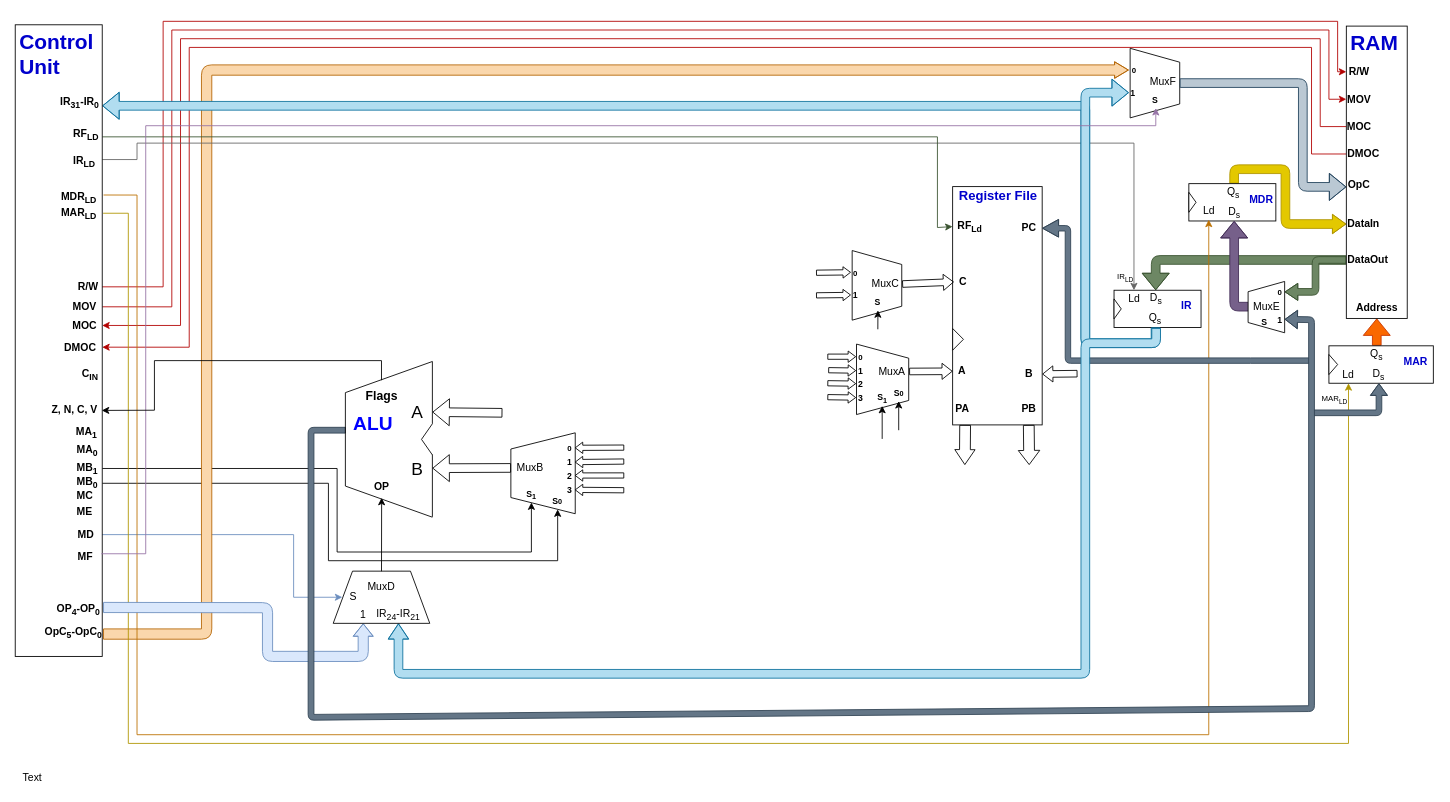
Above: MIPS CPU Diagram.drawio in TheParodicts/MIPS_CPU_Diagram (draw.io), before the change. Source tidied: cells renumbered, new cells numbered last; positions are measured from the earlier drawing's top-left corner, leaving out a move shared by most shapes. Both pictures are drawn from the tidied source at 87%, with x=0, y=0 at pixel (15, 21).
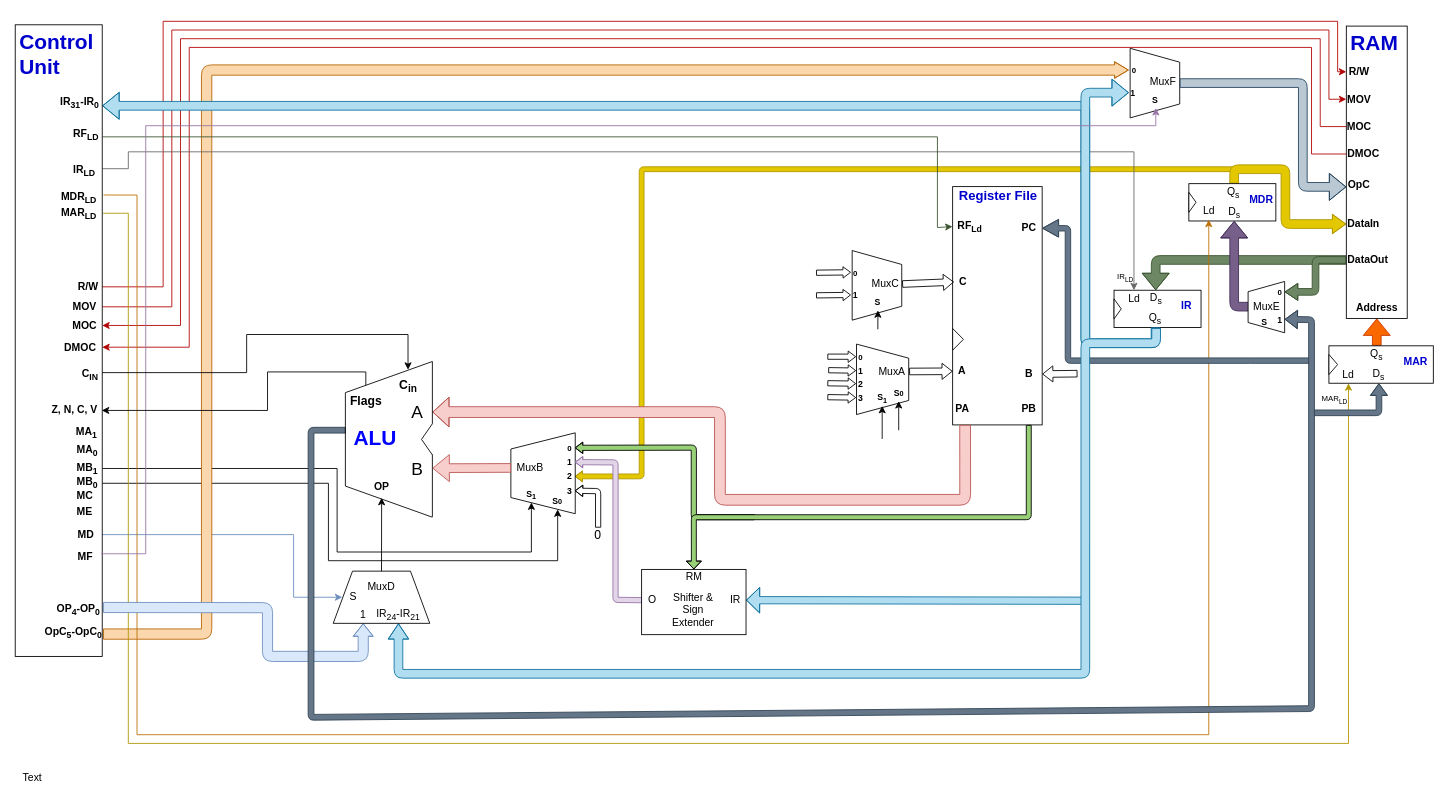
The same diagram, later.

Commit message:
Fully wired MuxB, Shifter & signed Extender

Unchanged cells that the change refers to:
```xml
<mxCell id="18" value="&lt;b&gt;PA&lt;/b&gt;&lt;br&gt;" style="text;html=1;" parent="12" vertex="1">
  <mxGeometry x="1.5" y="241.5" width="25.7" height="32.4" as="geometry" />
</mxCell>
<mxCell id="19" value="&lt;b&gt;PB&lt;/b&gt;" style="text;html=1;" parent="12" vertex="1">
  <mxGeometry x="77.2" y="241.5" width="20.6" height="32.4" as="geometry" />
</mxCell>
<mxCell id="46" value="Ld&lt;br&gt;" style="text;html=1;strokeColor=none;fillColor=none;align=center;verticalAlign=middle;whiteSpace=wrap;rounded=0;" parent="42" vertex="1">
  <mxGeometry x="12.5" y="0.1" width="20.8" height="20" as="geometry" />
</mxCell>
<mxCell id="102" style="group;" parent="101" vertex="1">
  <mxGeometry width="101" height="726" as="geometry" />
</mxCell>
<mxCell id="106" value="&lt;div style=&quot;text-align: right&quot;&gt;&lt;b&gt;C&lt;sub&gt;IN&lt;/sub&gt;&lt;/b&gt;&lt;/div&gt;" style="text;html=1;" parent="102" vertex="1">
  <mxGeometry x="75" y="387" width="25" height="25.6" as="geometry" />
</mxCell>
<mxCell id="107" value="&lt;div style=&quot;text-align: right&quot;&gt;&lt;b&gt;Z, N, C, V&lt;/b&gt;&lt;/div&gt;" style="text;html=1;strokeColor=none;fillColor=none;align=center;verticalAlign=middle;whiteSpace=wrap;rounded=0;" parent="102" vertex="1">
  <mxGeometry x="36.5" y="433" width="63" height="20.5" as="geometry" />
</mxCell>
<mxCell id="159" style="group;" parent="1" vertex="1">
  <mxGeometry x="379.5" y="391" width="180.5" height="179" as="geometry" />
</mxCell>
<mxCell id="161" style="group;fontSize=14;" parent="160" vertex="1">
  <mxGeometry width="100" height="179" as="geometry" />
</mxCell>
<mxCell id="166" style="group;" parent="161" vertex="1">
  <mxGeometry y="21.5" width="100" height="135.1" as="geometry" />
</mxCell>
<mxCell id="171" value="A" style="text;html=1;strokeColor=none;fillColor=none;align=center;verticalAlign=middle;whiteSpace=wrap;rounded=0;fontSize=20;fontColor=#000000;" parent="166" vertex="1">
  <mxGeometry x="66.7" y="27.7" width="33.3" height="17.9" as="geometry" />
</mxCell>
<mxCell id="172" value="B" style="text;html=1;strokeColor=none;fillColor=none;align=center;verticalAlign=middle;whiteSpace=wrap;rounded=0;fontSize=20;fontColor=#000000;" parent="166" vertex="1">
  <mxGeometry x="66.7" y="92.2" width="33.3" height="17.9" as="geometry" />
</mxCell>
<mxCell id="181" value="&lt;font style=&quot;font-size: 12px&quot;&gt;IR&lt;sub&gt;24&lt;/sub&gt;-IR&lt;sub&gt;21&lt;/sub&gt;&lt;/font&gt;" style="text;html=1;strokeColor=none;fillColor=none;align=center;verticalAlign=middle;whiteSpace=wrap;rounded=0;fontSize=12;fontColor=#000000;" parent="176" vertex="1">
  <mxGeometry x="44.5" y="40" width="61" height="20" as="geometry" />
</mxCell>
<mxCell id="184" value="MuxB" style="text;html=1;strokeColor=none;fillColor=none;align=center;verticalAlign=middle;whiteSpace=wrap;rounded=0;" parent="1" vertex="1">
  <mxGeometry x="569.9" y="503.1" width="44.4" height="20.5" as="geometry" />
</mxCell>
<mxCell id="190" value="&lt;font style=&quot;font-size: 9px&quot;&gt;&lt;b&gt;0&lt;/b&gt;&lt;/font&gt;" style="text;html=1;strokeColor=none;fillColor=none;align=center;verticalAlign=middle;whiteSpace=wrap;rounded=0;" parent="1" vertex="1">
  <mxGeometry x="632.1" y="480" width="11.1" height="20.5" as="geometry" />
</mxCell>
<mxCell id="191" value="&lt;font size=&quot;1&quot;&gt;&lt;b&gt;1&lt;/b&gt;&lt;/font&gt;" style="text;html=1;strokeColor=none;fillColor=none;align=center;verticalAlign=middle;whiteSpace=wrap;rounded=0;" parent="1" vertex="1">
  <mxGeometry x="632.1" y="496.4" width="11.1" height="20.5" as="geometry" />
</mxCell>
```

Diff of the diagram source:
```diff
@@
+    <mxCell id="194" style="shape=flexArrow;endArrow=classic;html=1;shadow=0;strokeColor=#B09500;fillColor=#E3C800;fontSize=10;fontColor=#000000;entryX=1;entryY=0.5;entryDx=0;entryDy=0;width=5.555555555555555;endSize=2.4055555555555554;endWidth=5.679012345679012;edgeStyle=orthogonalEdgeStyle;" parent="1" edge="1" target="192">
+      <mxGeometry relative="1" as="geometry">
+        <mxPoint x="1410" y="170" as="sourcePoint" />
+        <Array as="points">
+          <mxPoint x="720" y="170" />
+          <mxPoint x="720" y="523" />
+        </Array>
+      </mxGeometry>
+    </mxCell>
+    <mxCell id="185" style="shape=flexArrow;endArrow=classic;html=1;width=6;endSize=2.5395348837209304;endWidth=6.046511627906977;entryX=1;entryY=0.5;entryDx=0;entryDy=0;fillColor=#97D077;" parent="1" edge="1" target="190">
+      <mxGeometry relative="1" as="geometry">
+        <mxPoint x="850" y="570" as="sourcePoint" />
+        <Array as="points">
+          <mxPoint x="780" y="570" />
+          <mxPoint x="780" y="490" />
+        </Array>
+      </mxGeometry>
+    </mxCell>
+    <mxCell id="195" style="shape=flexArrow;endArrow=classic;html=1;shadow=0;strokeColor=#10739E;fontSize=10;fontColor=#000000;entryX=1;entryY=0.5;entryDx=0;entryDy=0;fillColor=#B1DDF0;anchorPointDirection=1;width=8.333333333333334;endSize=4.7250000000000005;" parent="1" edge="1" target="202">
+      <mxGeometry relative="1" as="geometry">
+        <mxPoint x="1230" y="600" as="sourcePoint" />
+        <Array as="points">
+          <mxPoint x="1230" y="666" />
+        </Array>
+      </mxGeometry>
+    </mxCell>
@@
-    <mxCell id="28" style="shape=flexArrow;endArrow=classic;html=1;width=12.38095238095238;endSize=5.39047619047619;endWidth=9.931034482758621;exitX=0.5;exitY=1;exitDx=0;exitDy=0;" parent="1" edge="1" source="18">
+    <mxCell id="28" style="shape=flexArrow;endArrow=classic;html=1;width=12.38095238095238;endSize=5.871428571428571;endWidth=20.77097505668934;exitX=0.5;exitY=1;exitDx=0;exitDy=0;entryX=1;entryY=0.5;entryDx=0;entryDy=0;edgeStyle=orthogonalEdgeStyle;fillColor=#f8cecc;strokeColor=#b85450;" parent="1" edge="1" source="18" target="171">
       <mxGeometry relative="1" as="geometry">
-        <mxPoint x="1091.5" y="510" as="targetPoint" />
+        <Array as="points">
+          <mxPoint x="1092" y="550" />
+          <mxPoint x="810" y="550" />
+          <mxPoint x="810" y="449" />
+        </Array>
       </mxGeometry>
     </mxCell>
@@
-    <mxCell id="38" style="shape=flexArrow;endArrow=classic;html=1;width=12.38095238095238;endSize=5.085714285714285;endWidth=11.310344827586206;exitX=0.5;exitY=1;exitDx=0;exitDy=0;" parent="1" edge="1" source="19">
+    <mxCell id="38" style="shape=flexArrow;endArrow=classic;html=1;width=5.714285714285714;endSize=2.6999999999999997;endWidth=10.612244897959183;exitX=0.5;exitY=1;exitDx=0;exitDy=0;entryX=0.5;entryY=0;entryDx=0;entryDy=0;fillColor=#97D077;" parent="1" edge="1" source="19" target="200">
       <mxGeometry relative="1" as="geometry">
-        <mxPoint x="1165.5" y="510" as="targetPoint" />
+        <Array as="points">
+          <mxPoint x="1165" y="570" />
+          <mxPoint x="780" y="570" />
+        </Array>
       </mxGeometry>
     </mxCell>
-    <mxCell id="39" style="endArrow=classic;html=1;entryX=0.5;entryY=0;entryDx=0;entryDy=0;exitX=1;exitY=0.5;exitDx=0;exitDy=0;edgeStyle=orthogonalEdgeStyle;rounded=0;fillColor=#f5f5f5;strokeColor=#666666;" parent="1" edge="1" source="118" target="46">
+    <mxCell id="39" style="endArrow=classic;html=1;entryX=0.5;entryY=0;entryDx=0;entryDy=0;edgeStyle=orthogonalEdgeStyle;rounded=0;fillColor=#f5f5f5;strokeColor=#666666;exitX=1;exitY=0.5;exitDx=0;exitDy=0;" parent="1" edge="1" source="118" target="46">
       <mxGeometry relative="1" as="geometry">
         <Array as="points">
-          <mxPoint x="140" y="159" />
-          <mxPoint x="140" y="140" />
-          <mxPoint x="1286" y="140" />
+          <mxPoint x="130" y="169" />
+          <mxPoint x="130" y="150" />
+          <mxPoint x="1286" y="150" />
         </Array>
       </mxGeometry>
     </mxCell>
@@
     <mxCell id="118" value="&lt;div style=&quot;text-align: right&quot;&gt;&lt;b&gt;IR&lt;sub&gt;LD&lt;/sub&gt;&lt;/b&gt;&lt;br&gt;&lt;/div&gt;" style="text;html=1;" parent="102" vertex="1">
-      <mxGeometry x="65" y="142.1" width="35" height="25.6" as="geometry" />
+      <mxGeometry x="65" y="152.6" width="35" height="25.6" as="geometry" />
     </mxCell>
@@
-    <mxCell id="154" style="endArrow=classic;html=1;fontSize=12;fontColor=#000000;exitX=0.5;exitY=0;exitDx=0;exitDy=0;entryX=1;entryY=0.5;entryDx=0;entryDy=0;rounded=0;" parent="1" edge="1" source="173" target="107">
+    <mxCell id="154" style="endArrow=classic;html=1;fontSize=12;fontColor=#000000;exitX=0.5;exitY=0;exitDx=0;exitDy=0;entryX=1;entryY=0.5;entryDx=0;entryDy=0;rounded=0;edgeStyle=orthogonalEdgeStyle;" parent="1" edge="1" source="173" target="107">
       <mxGeometry relative="1" as="geometry">
         <Array as="points">
-          <mxPoint x="421" y="390" />
-          <mxPoint x="160" y="390" />
-          <mxPoint x="160" y="447" />
+          <mxPoint x="403" y="403" />
+          <mxPoint x="290" y="403" />
+          <mxPoint x="290" y="447" />
         </Array>
       </mxGeometry>
     </mxCell>
@@
     <mxCell id="157" style="shape=flexArrow;endArrow=classic;html=1;exitX=0.5;exitY=1;exitDx=0;exitDy=0;edgeStyle=orthogonalEdgeStyle;fillColor=#b1ddf0;strokeColor=#10739e;endWidth=12.571428571428571;endSize=5.525714285714286;entryX=0.5;entryY=1;entryDx=0;entryDy=0;" parent="1" edge="1" target="181">
       <mxGeometry relative="1" as="geometry">
         <mxPoint x="1311.4" y="352.6" as="sourcePoint" />
         <Array as="points">
           <mxPoint x="1311" y="370" />
           <mxPoint x="1230" y="370" />
           <mxPoint x="1230" y="750" />
-          <mxPoint x="441" y="750" />
+          <mxPoint x="440" y="750" />
         </Array>
       </mxGeometry>
     </mxCell>
@@
-    <mxCell id="170" value="&lt;b&gt;&lt;font style=&quot;font-size: 22px&quot;&gt;ALU&lt;/font&gt;&lt;/b&gt;" style="text;html=1;strokeColor=none;fillColor=none;align=center;verticalAlign=middle;whiteSpace=wrap;rounded=0;fontSize=20;fontColor=#0000FF;" parent="166" vertex="1">
-      <mxGeometry x="15.8" y="41.2" width="33.3" height="17.9" as="geometry" />
+    <mxCell id="170" value="&lt;b&gt;&lt;font style=&quot;font-size: 24px&quot;&gt;ALU&lt;/font&gt;&lt;/b&gt;" style="text;html=1;strokeColor=none;fillColor=none;align=center;verticalAlign=middle;whiteSpace=wrap;rounded=0;fontSize=20;fontColor=#0000FF;" parent="166" vertex="1">
+      <mxGeometry x="7" y="51" width="54" height="33" as="geometry" />
     </mxCell>
@@
     <mxCell id="173" value="Flags" style="text;html=1;strokeColor=none;fillColor=none;align=center;verticalAlign=bottom;whiteSpace=wrap;rounded=0;fontSize=14;fontColor=#000000;fontStyle=1;" parent="166" vertex="1">
-      <mxGeometry x="25" width="33" height="29" as="geometry" />
+      <mxGeometry x="7" y="6" width="33" height="29" as="geometry" />
     </mxCell>
@@
-    <mxCell id="175" style="shape=flexArrow;endArrow=classic;html=1;fontSize=12;fontColor=#000000;entryX=1;entryY=0.5;entryDx=0;entryDy=0;" parent="159" edge="1" target="171">
-      <mxGeometry relative="1" as="geometry">
-        <mxPoint x="180.5" y="59" as="sourcePoint" />
-      </mxGeometry>
-    </mxCell>
+    <mxCell id="196" value="&lt;b&gt;C&lt;sub&gt;in&lt;/sub&gt;&lt;/b&gt;" style="text;html=1;strokeColor=none;fillColor=none;align=center;verticalAlign=middle;whiteSpace=wrap;rounded=0;fontSize=14;fontColor=#000000;" parent="161" vertex="1">
+      <mxGeometry x="52" y="9.5" width="40" height="36" as="geometry" />
+    </mxCell>
@@
-    <mxCell id="185" style="shape=flexArrow;endArrow=classic;html=1;width=6;endSize=2.5395348837209304;endWidth=6.046511627906977;entryX=1;entryY=0.5;entryDx=0;entryDy=0;" parent="1" edge="1" target="190">
-      <mxGeometry relative="1" as="geometry">
-        <mxPoint x="700" y="490" as="sourcePoint" />
-      </mxGeometry>
-    </mxCell>
-    <mxCell id="186" style="shape=flexArrow;endArrow=classic;html=1;width=6;endSize=2.5395348837209304;endWidth=6.046511627906977;entryX=1;entryY=0.5;entryDx=0;entryDy=0;" parent="1" edge="1" target="191">
+    <mxCell id="186" style="shape=flexArrow;endArrow=classic;html=1;width=6;endSize=2.5395348837209304;endWidth=6.046511627906977;entryX=1;entryY=0.5;entryDx=0;entryDy=0;exitX=0;exitY=0.5;exitDx=0;exitDy=0;fillColor=#e1d5e7;strokeColor=#9673a6;" parent="1" edge="1" source="201" target="191">
       <mxGeometry relative="1" as="geometry">
-        <mxPoint x="700" y="506" as="sourcePoint" />
+        <Array as="points">
+          <mxPoint x="690" y="665" />
+          <mxPoint x="690" y="507" />
+        </Array>
       </mxGeometry>
     </mxCell>
-    <mxCell id="187" style="shape=flexArrow;endArrow=classic;html=1;entryX=1;entryY=0.5;entryDx=0;entryDy=0;width=6;endSize=2.5395348837209304;endWidth=6.046511627906977;" parent="1" edge="1" target="192">
-      <mxGeometry relative="1" as="geometry">
-        <mxPoint x="700" y="522" as="sourcePoint" />
-      </mxGeometry>
-    </mxCell>
-    <mxCell id="188" style="shape=flexArrow;endArrow=classic;html=1;entryX=1;entryY=0.5;entryDx=0;entryDy=0;width=6;endSize=2.5395348837209304;endWidth=6.046511627906977;" parent="1" edge="1" target="193">
+    <mxCell id="188" style="shape=flexArrow;endArrow=classic;html=1;entryX=1;entryY=0.5;entryDx=0;entryDy=0;width=6;endSize=2.5395348837209304;endWidth=6.046511627906977;exitX=0.5;exitY=0;exitDx=0;exitDy=0;" parent="1" edge="1" source="203" target="193">
       <mxGeometry relative="1" as="geometry">
-        <mxPoint x="700" y="539" as="sourcePoint" />
+        <Array as="points">
+          <mxPoint x="670" y="540" />
+        </Array>
       </mxGeometry>
     </mxCell>
-    <mxCell id="189" style="shape=flexArrow;endArrow=classic;html=1;fontSize=12;fontColor=#000000;entryX=1;entryY=0.5;entryDx=0;entryDy=0;exitX=0;exitY=0.5;exitDx=0;exitDy=0;" parent="1" edge="1" source="184" target="172">
+    <mxCell id="189" style="shape=flexArrow;endArrow=classic;html=1;fontSize=12;fontColor=#000000;entryX=1;entryY=0.5;entryDx=0;entryDy=0;exitX=0;exitY=0.5;exitDx=0;exitDy=0;fillColor=#f8cecc;strokeColor=#b85450;" parent="1" edge="1" source="184" target="172">
       <mxGeometry relative="1" as="geometry" />
     </mxCell>
@@
     <mxCell id="192" value="&lt;font size=&quot;1&quot;&gt;&lt;b&gt;2&lt;/b&gt;&lt;/font&gt;" style="text;html=1;strokeColor=none;fillColor=none;align=center;verticalAlign=middle;whiteSpace=wrap;rounded=0;" parent="1" vertex="1">
-      <mxGeometry x="632.1" y="511.8" width="11.1" height="20.5" as="geometry" />
+      <mxGeometry x="632.1" y="512.8" width="11.1" height="20.5" as="geometry" />
     </mxCell>
     <mxCell id="193" value="&lt;font size=&quot;1&quot;&gt;&lt;b&gt;3&lt;/b&gt;&lt;/font&gt;" style="text;html=1;strokeColor=none;fillColor=none;align=center;verticalAlign=middle;whiteSpace=wrap;rounded=0;" parent="1" vertex="1">
-      <mxGeometry x="632.1" y="528.3" width="11.1" height="20.5" as="geometry" />
+      <mxGeometry x="632.1" y="529.3" width="11.1" height="20.5" as="geometry" />
     </mxCell>
+    <mxCell id="197" style="group;" parent="1" vertex="1">
+      <mxGeometry x="720" y="630" width="120" height="75" as="geometry" />
+    </mxCell>
+    <mxCell id="198" style="rounded=0;whiteSpace=wrap;html=1;fontSize=12;fontColor=#000000;" parent="197" vertex="1">
+      <mxGeometry width="120" height="75" as="geometry" />
+    </mxCell>
+    <mxCell id="199" value="&lt;font style=&quot;font-size: 12px&quot;&gt;Shifter &amp;amp; Sign Extender&lt;/font&gt;" style="text;html=1;align=center;verticalAlign=middle;whiteSpace=wrap;rounded=0;fontSize=10;imageAspect=0;" parent="197" vertex="1">
+      <mxGeometry x="34.3" y="27.8" width="51.3" height="37.5" as="geometry" />
+    </mxCell>
+    <mxCell id="200" value="RM" style="text;html=1;align=center;verticalAlign=middle;whiteSpace=wrap;rounded=0;fontSize=12;imageAspect=0;" parent="197" vertex="1">
+      <mxGeometry x="39.6" width="40.9" height="18.2" as="geometry" />
+    </mxCell>
+    <mxCell id="201" value="O" style="text;html=1;align=center;verticalAlign=middle;whiteSpace=wrap;rounded=0;fontSize=12;imageAspect=0;" parent="197" vertex="1">
+      <mxGeometry x="0.4" y="27.3" width="25.2" height="16.1" as="geometry" />
+    </mxCell>
+    <mxCell id="202" value="IR" style="text;html=1;align=center;verticalAlign=middle;whiteSpace=wrap;rounded=0;fontSize=12;imageAspect=0;" parent="197" vertex="1">
+      <mxGeometry x="95.7" y="28.9" width="24.3" height="12.9" as="geometry" />
+    </mxCell>
+    <mxCell id="203" value="0" style="text;html=1;strokeColor=none;fillColor=none;align=center;verticalAlign=middle;whiteSpace=wrap;rounded=0;fontSize=14;fontColor=#000000;horizontal=1;" parent="1" vertex="1">
+      <mxGeometry x="660" y="582" width="20" height="18" as="geometry" />
+    </mxCell>
+    <mxCell id="204" style="endArrow=classic;html=1;shadow=0;strokeColor=#000000;fillColor=#E3C800;fontSize=14;fontColor=#000000;entryX=0.5;entryY=0;entryDx=0;entryDy=0;exitX=1;exitY=0.5;exitDx=0;exitDy=0;edgeStyle=orthogonalEdgeStyle;rounded=0;" parent="1" edge="1" source="106" target="196">
+      <mxGeometry relative="1" as="geometry">
+        <Array as="points">
+          <mxPoint x="266" y="404" />
+          <mxPoint x="266" y="360" />
+          <mxPoint x="451" y="360" />
+        </Array>
+      </mxGeometry>
+    </mxCell>
```
